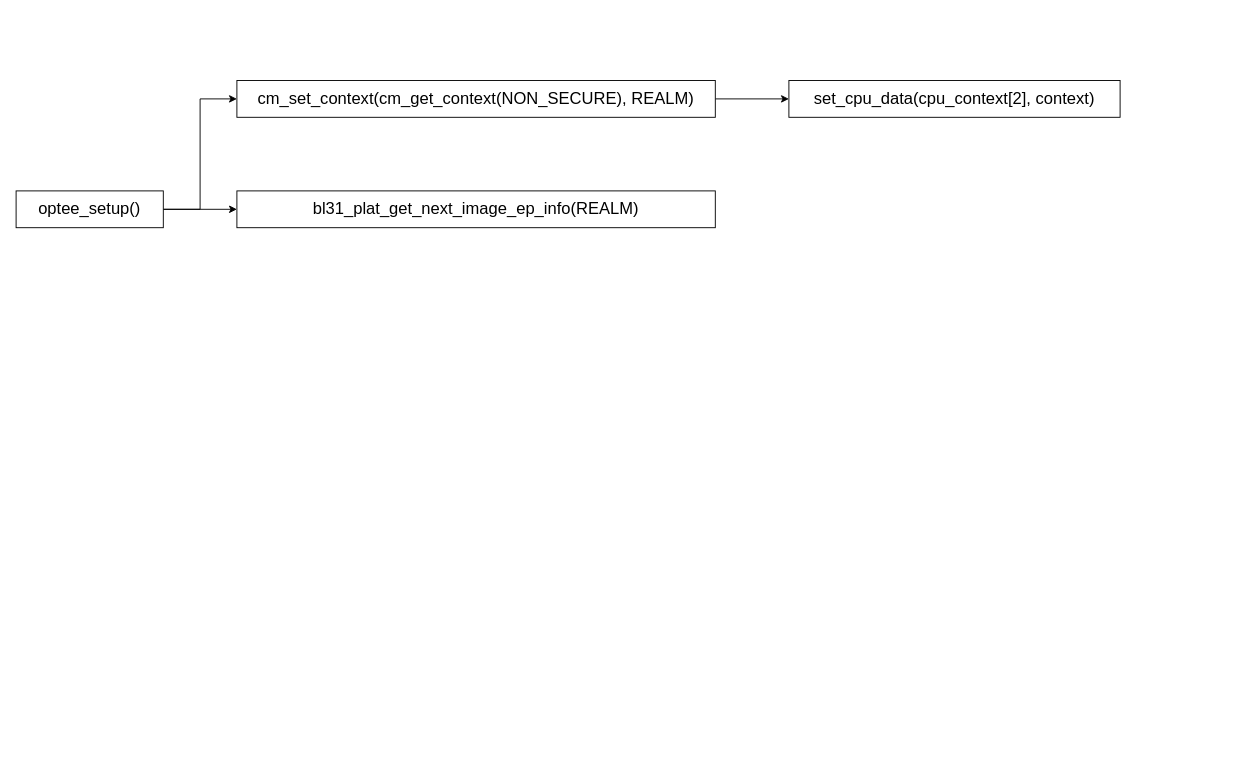
Above: cca-workflow/opteed_cm.drawio in EdisonE3/draw-pictures (draw.io), before the change. Source tidied: cells renumbered, new cells numbered last; positions are measured from the earlier drawing's top-left corner, leaving out a move shared by most shapes. Both pictures are drawn from the tidied source at 92%, with x=0, y=0 at pixel (16, 80).
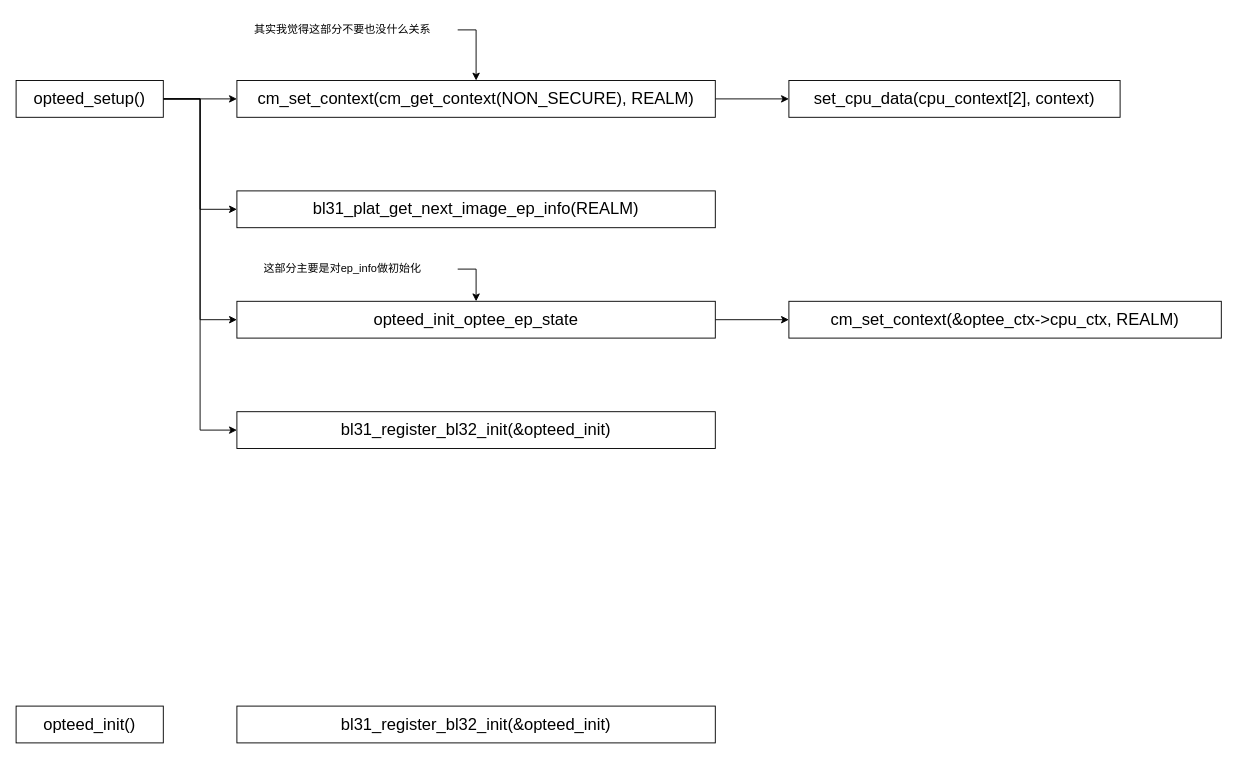
The same diagram, later.

Unchanged cells that the change refers to:
```xml
<mxCell id="6" value="&lt;font style=&quot;font-size: 18px;&quot;&gt;cm_set_context(cm_get_context(NON_SECURE), REALM)&lt;/font&gt;" style="rounded=0;whiteSpace=wrap;html=1;" parent="1" vertex="1">
  <mxGeometry x="240" width="520" height="40" as="geometry" />
</mxCell>
```

The edit, as a diff of the source:
```diff
@@
+    <mxCell id="9" style="edgeStyle=orthogonalEdgeStyle;rounded=0;jettySize=auto;html=1;exitX=1;exitY=0.5;exitDx=0;exitDy=0;entryX=0;entryY=0.5;entryDx=0;entryDy=0;" parent="1" edge="1" source="4" target="12">
+      <mxGeometry relative="1" as="geometry" />
+    </mxCell>
+    <mxCell id="10" style="edgeStyle=orthogonalEdgeStyle;rounded=0;jettySize=auto;html=1;exitX=1;exitY=0.5;exitDx=0;exitDy=0;entryX=0;entryY=0.5;entryDx=0;entryDy=0;" parent="1" edge="1" source="4" target="13">
+      <mxGeometry relative="1" as="geometry" />
+    </mxCell>
-    <mxCell id="4" value="&lt;font style=&quot;font-size: 18px;&quot;&gt;optee_setup()&lt;/font&gt;" style="rounded=0;whiteSpace=wrap;html=1;" parent="1" vertex="1">
-      <mxGeometry y="120" width="160" height="40" as="geometry" />
+    <mxCell id="4" value="&lt;font style=&quot;font-size: 18px;&quot;&gt;opteed_setup()&lt;/font&gt;" style="rounded=0;whiteSpace=wrap;html=1;" parent="1" vertex="1">
+      <mxGeometry width="160" height="40" as="geometry" />
     </mxCell>
@@
+    <mxCell id="11" style="edgeStyle=orthogonalEdgeStyle;rounded=0;jettySize=auto;html=1;exitX=1;exitY=0.5;exitDx=0;exitDy=0;" parent="1" edge="1" source="12" target="20">
+      <mxGeometry relative="1" as="geometry" />
+    </mxCell>
+    <mxCell id="12" value="&lt;font style=&quot;font-size: 18px;&quot;&gt;opteed_init_optee_ep_state&lt;/font&gt;" style="rounded=0;whiteSpace=wrap;html=1;" parent="1" vertex="1">
+      <mxGeometry x="240" y="240" width="520" height="40" as="geometry" />
+    </mxCell>
+    <mxCell id="13" value="&lt;font style=&quot;font-size: 18px;&quot;&gt;bl31_register_bl32_init(&amp;amp;opteed_init)&lt;/font&gt;" style="rounded=0;whiteSpace=wrap;html=1;" parent="1" vertex="1">
+      <mxGeometry x="240" y="360" width="520" height="40" as="geometry" />
+    </mxCell>
+    <mxCell id="14" style="edgeStyle=orthogonalEdgeStyle;rounded=0;jettySize=auto;html=1;exitX=1;exitY=0.5;exitDx=0;exitDy=0;entryX=0.5;entryY=0;entryDx=0;entryDy=0;" parent="1" edge="1" source="15" target="6">
+      <mxGeometry relative="1" as="geometry" />
+    </mxCell>
+    <mxCell id="15" value="其实我觉得这部分不要也没什么关系" style="text;html=1;strokeColor=none;fillColor=none;align=center;verticalAlign=middle;whiteSpace=wrap;rounded=0;" parent="1" vertex="1">
+      <mxGeometry x="230" y="-70" width="250" height="30" as="geometry" />
+    </mxCell>
+    <mxCell id="16" style="edgeStyle=orthogonalEdgeStyle;rounded=0;jettySize=auto;html=1;exitX=1;exitY=0.5;exitDx=0;exitDy=0;entryX=0.5;entryY=0;entryDx=0;entryDy=0;" parent="1" edge="1" source="17" target="12">
+      <mxGeometry relative="1" as="geometry" />
+    </mxCell>
+    <mxCell id="17" value="这部分主要是对ep_info做初始化" style="text;html=1;strokeColor=none;fillColor=none;align=center;verticalAlign=middle;whiteSpace=wrap;rounded=0;" parent="1" vertex="1">
+      <mxGeometry x="230" y="190" width="250" height="30" as="geometry" />
+    </mxCell>
+    <mxCell id="18" value="&lt;font style=&quot;font-size: 18px;&quot;&gt;opteed_init()&lt;/font&gt;" style="rounded=0;whiteSpace=wrap;html=1;" parent="1" vertex="1">
+      <mxGeometry y="680" width="160" height="40" as="geometry" />
+    </mxCell>
+    <mxCell id="19" value="&lt;font style=&quot;font-size: 18px;&quot;&gt;bl31_register_bl32_init(&amp;amp;opteed_init)&lt;/font&gt;" style="rounded=0;whiteSpace=wrap;html=1;" parent="1" vertex="1">
+      <mxGeometry x="240" y="680" width="520" height="40" as="geometry" />
+    </mxCell>
+    <mxCell id="20" value="&lt;font style=&quot;font-size: 18px;&quot;&gt;cm_set_context(&amp;amp;optee_ctx-&amp;gt;cpu_ctx, REALM)&lt;/font&gt;" style="rounded=0;whiteSpace=wrap;html=1;" parent="1" vertex="1">
+      <mxGeometry x="840" y="240" width="470" height="40" as="geometry" />
+    </mxCell>
```
